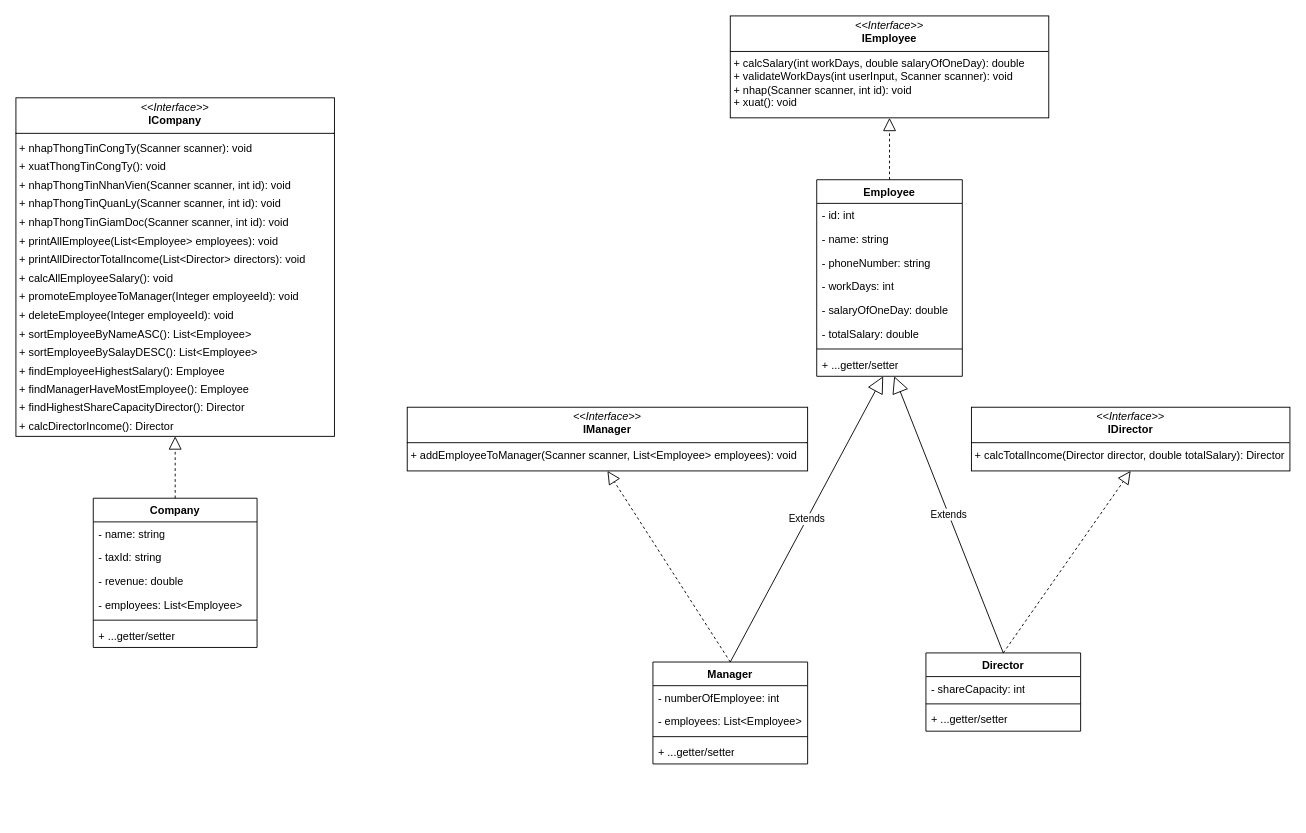
Earlier version of the draw.io diagram src/main/java/org/cybersoft/buoi12/UML_Class_Diagram.drawio (buiminhquang188/bcjava06_homework). Source tidied: cells renumbered, new cells numbered last; positions are measured from the earlier drawing's top-left corner, leaving out a move shared by most shapes. Both pictures are drawn from the tidied source at 91%, with x=0, y=0 at pixel (15, 15).
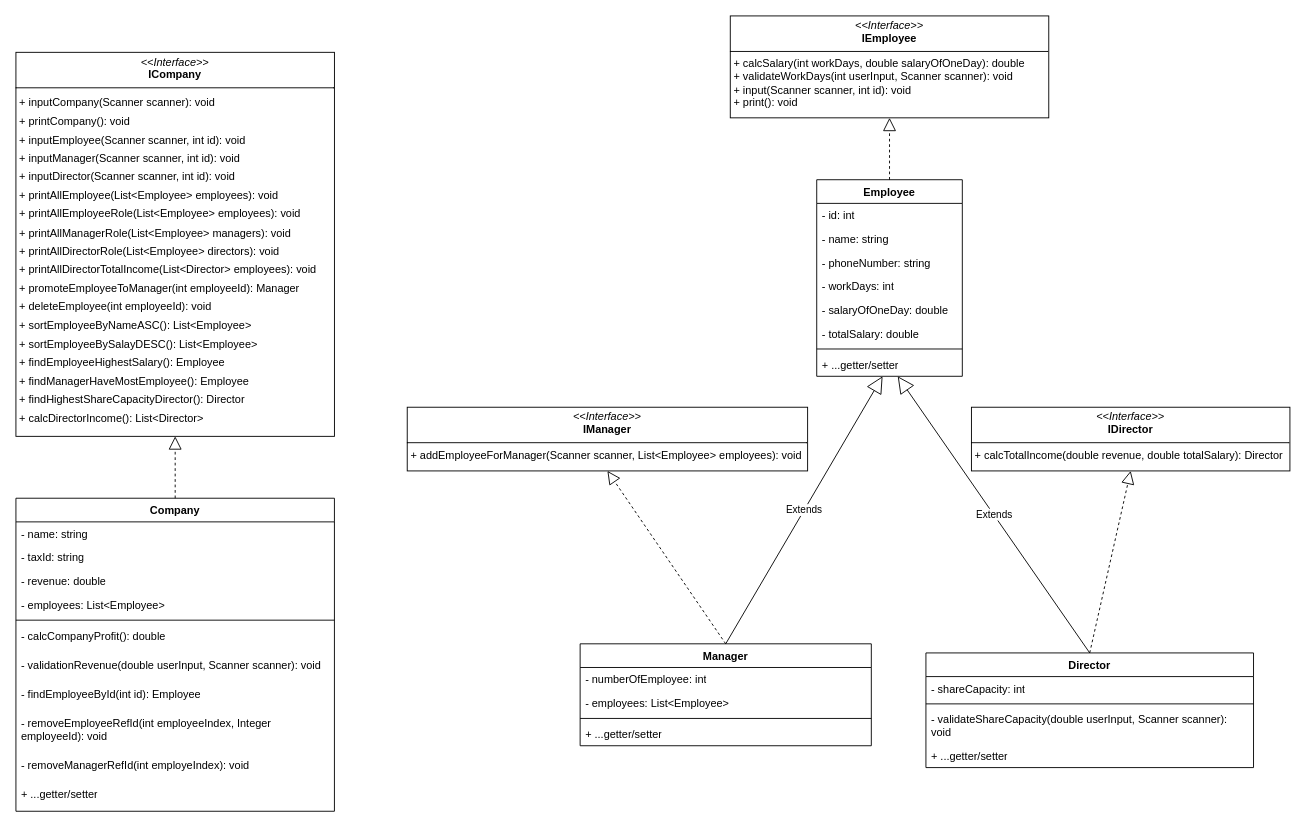
The same diagram, later.

The edit, as a diff of the source:
```diff
@@
     <mxCell id="2" style="group;" parent="1" vertex="1">
-      <mxGeometry y="90" width="350" height="604" as="geometry" />
+      <mxGeometry y="90" width="350" height="760" as="geometry" />
     </mxCell>
     <mxCell id="3" value="Company" style="swimlane;fontStyle=1;align=center;verticalAlign=top;horizontal=1;startSize=26;whiteSpace=wrap;html=1;" parent="2" vertex="1">
-      <mxGeometry x="85" y="440" width="180" height="164" as="geometry" />
+      <mxGeometry y="440" width="350" height="344" as="geometry" />
     </mxCell>
     <mxCell id="4" value="- name: string" style="text;strokeColor=none;fillColor=none;align=left;verticalAlign=top;spacingLeft=4;spacingRight=4;overflow=hidden;whiteSpace=wrap;html=1;" parent="3" vertex="1">
-      <mxGeometry y="26" width="180" height="26" as="geometry" />
+      <mxGeometry y="26" width="350" height="26" as="geometry" />
     </mxCell>
     <mxCell id="5" value="- taxId: string" style="text;strokeColor=none;fillColor=none;align=left;verticalAlign=top;spacingLeft=4;spacingRight=4;overflow=hidden;whiteSpace=wrap;html=1;" parent="3" vertex="1">
-      <mxGeometry y="52" width="180" height="26" as="geometry" />
+      <mxGeometry y="52" width="350" height="26" as="geometry" />
     </mxCell>
     <mxCell id="6" value="- revenue: double" style="text;strokeColor=none;fillColor=none;align=left;verticalAlign=top;spacingLeft=4;spacingRight=4;overflow=hidden;whiteSpace=wrap;html=1;" parent="3" vertex="1">
-      <mxGeometry y="78" width="180" height="26" as="geometry" />
+      <mxGeometry y="78" width="350" height="26" as="geometry" />
     </mxCell>
     <mxCell id="7" value="- employees: List&amp;lt;Employee&amp;gt;" style="text;strokeColor=none;fillColor=none;align=left;verticalAlign=top;spacingLeft=4;spacingRight=4;overflow=hidden;whiteSpace=wrap;html=1;" parent="3" vertex="1">
-      <mxGeometry y="104" width="180" height="26" as="geometry" />
+      <mxGeometry y="104" width="350" height="26" as="geometry" />
     </mxCell>
     <mxCell id="8" style="line;strokeWidth=1;fillColor=none;align=left;verticalAlign=middle;spacingTop=-1;spacingLeft=3;spacingRight=3;labelPosition=right;strokeColor=inherit;" parent="3" vertex="1">
-      <mxGeometry y="130" width="180" height="8" as="geometry" />
+      <mxGeometry y="130" width="350" height="8" as="geometry" />
     </mxCell>
+    <mxCell id="39" value="- calcCompanyProfit(): double" style="text;strokeColor=none;fillColor=none;align=left;verticalAlign=top;spacingLeft=4;spacingRight=4;overflow=hidden;whiteSpace=wrap;html=1;" parent="3" vertex="1">
+      <mxGeometry y="138" width="350" height="32" as="geometry" />
+    </mxCell>
+    <mxCell id="40" value="&lt;div&gt;- validationRevenue(double userInput, Scanner scanner): void&lt;/div&gt;&lt;div&gt;&lt;br&gt;&lt;/div&gt;" style="text;strokeColor=none;fillColor=none;align=left;verticalAlign=top;spacingLeft=4;spacingRight=4;overflow=hidden;whiteSpace=wrap;html=1;" parent="3" vertex="1">
+      <mxGeometry y="170" width="350" height="32" as="geometry" />
+    </mxCell>
+    <mxCell id="41" value="- findEmployeeById(int id): Employee" style="text;strokeColor=none;fillColor=none;align=left;verticalAlign=top;spacingLeft=4;spacingRight=4;overflow=hidden;whiteSpace=wrap;html=1;" parent="3" vertex="1">
+      <mxGeometry y="202" width="350" height="32" as="geometry" />
+    </mxCell>
+    <mxCell id="42" value="&lt;div&gt;- removeEmployeeRefId(int employeeIndex, Integer employeeId): void&lt;/div&gt;" style="text;strokeColor=none;fillColor=none;align=left;verticalAlign=top;spacingLeft=4;spacingRight=4;overflow=hidden;whiteSpace=wrap;html=1;" parent="3" vertex="1">
+      <mxGeometry y="234" width="350" height="46" as="geometry" />
+    </mxCell>
+    <mxCell id="43" value="- removeManagerRefId(int employeIndex): void" style="text;strokeColor=none;fillColor=none;align=left;verticalAlign=top;spacingLeft=4;spacingRight=4;overflow=hidden;whiteSpace=wrap;html=1;" parent="3" vertex="1">
+      <mxGeometry y="280" width="350" height="32" as="geometry" />
+    </mxCell>
-    <mxCell id="9" value="+ ...getter/setter" style="text;strokeColor=none;fillColor=none;align=left;verticalAlign=top;spacingLeft=4;spacingRight=4;overflow=hidden;whiteSpace=wrap;html=1;" parent="3" vertex="1">
-      <mxGeometry y="138" width="180" height="26" as="geometry" />
+    <mxCell id="9" value="&lt;div&gt;+ ...getter/setter&lt;/div&gt;" style="text;strokeColor=none;fillColor=none;align=left;verticalAlign=top;spacingLeft=4;spacingRight=4;overflow=hidden;whiteSpace=wrap;html=1;" parent="3" vertex="1">
+      <mxGeometry y="312" width="350" height="32" as="geometry" />
     </mxCell>
-    <mxCell id="10" value="&lt;p style=&quot;margin:0px;margin-top:4px;text-align:center;&quot;&gt;&lt;i&gt;&amp;lt;&amp;lt;Interface&amp;gt;&amp;gt;&lt;/i&gt;&lt;br&gt;&lt;b&gt;ICompany&lt;/b&gt;&lt;/p&gt;&lt;hr size=&quot;1&quot; style=&quot;border-style:solid;&quot;&gt;&lt;p style=&quot;margin: 0px 0px 0px 4px; line-height: 170%;&quot;&gt;+ nhapThongTinCongTy(Scanner scanner): void&lt;/p&gt;&lt;p style=&quot;margin: 0px 0px 0px 4px; line-height: 170%;&quot;&gt;+ xuatThongTinCongTy(): void&lt;/p&gt;&lt;p style=&quot;margin: 0px 0px 0px 4px; line-height: 170%;&quot;&gt;+ nhapThongTinNhanVien(Scanner scanner, int id): void&lt;/p&gt;&lt;p style=&quot;margin: 0px 0px 0px 4px; line-height: 170%;&quot;&gt;+ nhapThongTinQuanLy(Scanner scanner, int id): void&lt;/p&gt;&lt;p style=&quot;margin: 0px 0px 0px 4px; line-height: 170%;&quot;&gt;+ nhapThongTinGiamDoc(Scanner scanner, int id): void&lt;br&gt;&lt;/p&gt;&lt;p style=&quot;margin: 0px 0px 0px 4px; line-height: 170%;&quot;&gt;+ printAllEmployee(List&amp;lt;Employee&amp;gt; employees): void&lt;/p&gt;&lt;p style=&quot;margin: 0px 0px 0px 4px; line-height: 170%;&quot;&gt;+ printAllDirectorTotalIncome(List&amp;lt;Director&amp;gt; directors): void&lt;/p&gt;&lt;p style=&quot;margin: 0px 0px 0px 4px; line-height: 170%;&quot;&gt;+ calcAllEmployeeSalary(): void&lt;/p&gt;&lt;p style=&quot;margin: 0px 0px 0px 4px; line-height: 170%;&quot;&gt;+ promoteEmployeeToManager(Integer employeeId): void&lt;/p&gt;&lt;p style=&quot;margin: 0px 0px 0px 4px; line-height: 170%;&quot;&gt;+ deleteEmployee(Integer employeeId): void&lt;/p&gt;&lt;p style=&quot;margin: 0px 0px 0px 4px; line-height: 170%;&quot;&gt;+ sortEmployeeByNameASC(): List&amp;lt;Employee&amp;gt;&lt;/p&gt;&lt;p style=&quot;margin: 0px 0px 0px 4px; line-height: 170%;&quot;&gt;+ sortEmployeeBySalayDESC(): List&amp;lt;Employee&amp;gt;&lt;/p&gt;&lt;p style=&quot;margin: 0px 0px 0px 4px; line-height: 170%;&quot;&gt;+ findEmployeeHighestSalary(): Employee&lt;/p&gt;&lt;p style=&quot;margin: 0px 0px 0px 4px; line-height: 170%;&quot;&gt;+ findManagerHaveMostEmployee(): Employee&lt;/p&gt;&lt;p style=&quot;margin: 0px 0px 0px 4px; line-height: 170%;&quot;&gt;+ findHighestShareCapacityDirector(): Director&lt;/p&gt;&lt;p style=&quot;margin: 0px 0px 0px 4px; line-height: 170%;&quot;&gt;+ calcDirectorIncome(): Director&lt;/p&gt;" style="verticalAlign=top;align=left;overflow=fill;html=1;whiteSpace=wrap;" parent="2" vertex="1">
-      <mxGeometry width="350" height="372" as="geometry" />
+    <mxCell id="10" value="&lt;p style=&quot;margin:0px;margin-top:4px;text-align:center;&quot;&gt;&lt;i&gt;&amp;lt;&amp;lt;Interface&amp;gt;&amp;gt;&lt;/i&gt;&lt;br&gt;&lt;b&gt;ICompany&lt;/b&gt;&lt;/p&gt;&lt;hr size=&quot;1&quot; style=&quot;border-style:solid;&quot;&gt;&lt;p style=&quot;margin: 0px 0px 0px 4px; line-height: 170%;&quot;&gt;+ inputCompany(Scanner scanner): void&lt;/p&gt;&lt;p style=&quot;margin: 0px 0px 0px 4px; line-height: 170%;&quot;&gt;+ printCompany(): void&lt;/p&gt;&lt;p style=&quot;margin: 0px 0px 0px 4px; line-height: 170%;&quot;&gt;+ inputEmployee(Scanner scanner, int id): void&lt;/p&gt;&lt;p style=&quot;margin: 0px 0px 0px 4px; line-height: 170%;&quot;&gt;+ inputManager(Scanner scanner, int id): void&lt;/p&gt;&lt;p style=&quot;margin: 0px 0px 0px 4px; line-height: 170%;&quot;&gt;+ inputDirector(Scanner scanner, int id): void&lt;br&gt;&lt;/p&gt;&lt;p style=&quot;margin: 0px 0px 0px 4px; line-height: 170%;&quot;&gt;+ printAllEmployee(List&amp;lt;Employee&amp;gt; employees): void&lt;/p&gt;&lt;p style=&quot;margin: 0px 0px 0px 4px; line-height: 170%;&quot;&gt;+ printAllEmployeeRole(List&amp;lt;Employee&amp;gt; employees): void&lt;br&gt;&lt;/p&gt;&lt;p style=&quot;margin: 0px 0px 0px 4px; line-height: 170%;&quot;&gt;+ printAllManagerRole(List&amp;lt;Employee&amp;gt; managers): void&lt;br&gt;+ printAllDirectorRole(List&amp;lt;Employee&amp;gt; directors): void&lt;br&gt;&lt;/p&gt;&lt;p style=&quot;margin: 0px 0px 0px 4px; line-height: 170%;&quot;&gt;+ printAllDirectorTotalIncome(List&amp;lt;Director&amp;gt; employees): void&lt;/p&gt;&lt;p style=&quot;margin: 0px 0px 0px 4px; line-height: 170%;&quot;&gt;+ promoteEmployeeToManager(int employeeId): Manager&lt;/p&gt;&lt;p style=&quot;margin: 0px 0px 0px 4px; line-height: 170%;&quot;&gt;+ deleteEmployee(int employeeId): void&lt;/p&gt;&lt;p style=&quot;margin: 0px 0px 0px 4px; line-height: 170%;&quot;&gt;&lt;span style=&quot;background-color: initial;&quot;&gt;+ sortEmployeeByNameASC(): List&amp;lt;Employee&amp;gt;&lt;/span&gt;&lt;br&gt;&lt;/p&gt;&lt;p style=&quot;margin: 0px 0px 0px 4px; line-height: 170%;&quot;&gt;+ sortEmployeeBySalayDESC(): List&amp;lt;Employee&amp;gt;&lt;/p&gt;&lt;p style=&quot;margin: 0px 0px 0px 4px; line-height: 170%;&quot;&gt;+ findEmployeeHighestSalary(): Employee&lt;/p&gt;&lt;p style=&quot;margin: 0px 0px 0px 4px; line-height: 170%;&quot;&gt;+ findManagerHaveMostEmployee(): Employee&lt;/p&gt;&lt;p style=&quot;margin: 0px 0px 0px 4px; line-height: 170%;&quot;&gt;+ findHighestShareCapacityDirector(): Director&lt;/p&gt;&lt;p style=&quot;margin: 0px 0px 0px 4px; line-height: 170%;&quot;&gt;+ calcDirectorIncome(): List&amp;lt;Director&amp;gt;&lt;/p&gt;" style="verticalAlign=top;align=left;overflow=fill;html=1;whiteSpace=wrap;" parent="2" vertex="1">
+      <mxGeometry y="-50" width="350" height="422" as="geometry" />
     </mxCell>
@@
     <mxCell id="12" style="group;" parent="1" vertex="1">
-      <mxGeometry x="430" width="970" height="822" as="geometry" />
+      <mxGeometry x="430" width="970" height="880" as="geometry" />
     </mxCell>
@@
-    <mxCell id="22" value="&lt;p style=&quot;margin:0px;margin-top:4px;text-align:center;&quot;&gt;&lt;i&gt;&amp;lt;&amp;lt;Interface&amp;gt;&amp;gt;&lt;/i&gt;&lt;br&gt;&lt;b&gt;IEmployee&lt;/b&gt;&lt;/p&gt;&lt;hr size=&quot;1&quot; style=&quot;border-style:solid;&quot;&gt;&lt;p style=&quot;margin:0px;margin-left:4px;&quot;&gt;+ calcSalary(int workDays, double salaryOfOneDay): double&lt;/p&gt;&lt;p style=&quot;margin:0px;margin-left:4px;&quot;&gt;+ validateWorkDays(int userInput, Scanner scanner): void&lt;br&gt;+ nhap(Scanner scanner, int id): void&lt;/p&gt;&lt;p style=&quot;margin:0px;margin-left:4px;&quot;&gt;+ xuat(): void&lt;/p&gt;" style="verticalAlign=top;align=left;overflow=fill;html=1;whiteSpace=wrap;" parent="12" vertex="1">
+    <mxCell id="22" value="&lt;p style=&quot;margin:0px;margin-top:4px;text-align:center;&quot;&gt;&lt;i&gt;&amp;lt;&amp;lt;Interface&amp;gt;&amp;gt;&lt;/i&gt;&lt;br&gt;&lt;b&gt;IEmployee&lt;/b&gt;&lt;/p&gt;&lt;hr size=&quot;1&quot; style=&quot;border-style:solid;&quot;&gt;&lt;p style=&quot;margin:0px;margin-left:4px;&quot;&gt;+ calcSalary(int workDays, double salaryOfOneDay): double&lt;/p&gt;&lt;p style=&quot;margin:0px;margin-left:4px;&quot;&gt;+ validateWorkDays(int userInput, Scanner scanner): void&lt;br&gt;+ input(Scanner scanner, int id): void&lt;/p&gt;&lt;p style=&quot;margin:0px;margin-left:4px;&quot;&gt;+ print(): void&lt;/p&gt;" style="verticalAlign=top;align=left;overflow=fill;html=1;whiteSpace=wrap;" parent="12" vertex="1">
       <mxGeometry x="355" width="350" height="112" as="geometry" />
     </mxCell>
@@
     <mxCell id="24" value="Manager" style="swimlane;fontStyle=1;align=center;verticalAlign=top;horizontal=1;startSize=26;whiteSpace=wrap;html=1;" parent="12" vertex="1">
-      <mxGeometry x="270" y="710" width="170" height="112" as="geometry" />
+      <mxGeometry x="190" y="690" width="320" height="112" as="geometry" />
     </mxCell>
     <mxCell id="25" value="- numberOfEmployee: int" style="text;strokeColor=none;fillColor=none;align=left;verticalAlign=top;spacingLeft=4;spacingRight=4;overflow=hidden;whiteSpace=wrap;html=1;" parent="24" vertex="1">
-      <mxGeometry y="26" width="170" height="26" as="geometry" />
+      <mxGeometry y="26" width="320" height="26" as="geometry" />
     </mxCell>
     <mxCell id="26" value="- employees: List&amp;lt;Employee&amp;gt;" style="text;strokeColor=none;fillColor=none;align=left;verticalAlign=top;spacingLeft=4;spacingRight=4;overflow=hidden;whiteSpace=wrap;html=1;" parent="24" vertex="1">
-      <mxGeometry y="52" width="170" height="26" as="geometry" />
+      <mxGeometry y="52" width="320" height="26" as="geometry" />
     </mxCell>
     <mxCell id="27" style="line;strokeWidth=1;fillColor=none;align=left;verticalAlign=middle;spacingTop=-1;spacingLeft=3;spacingRight=3;labelPosition=right;strokeColor=inherit;" parent="24" vertex="1">
-      <mxGeometry y="78" width="170" height="8" as="geometry" />
+      <mxGeometry y="78" width="320" height="8" as="geometry" />
     </mxCell>
     <mxCell id="28" value="+ ...getter/setter" style="text;strokeColor=none;fillColor=none;align=left;verticalAlign=top;spacingLeft=4;spacingRight=4;overflow=hidden;whiteSpace=wrap;html=1;" parent="24" vertex="1">
-      <mxGeometry y="86" width="170" height="26" as="geometry" />
+      <mxGeometry y="86" width="320" height="26" as="geometry" />
     </mxCell>
@@
     <mxCell id="30" value="Director" style="swimlane;fontStyle=1;align=center;verticalAlign=top;horizontal=1;startSize=26;whiteSpace=wrap;html=1;" parent="12" vertex="1">
-      <mxGeometry x="570" y="700" width="170" height="86" as="geometry" />
+      <mxGeometry x="570" y="700" width="360" height="126" as="geometry" />
     </mxCell>
     <mxCell id="31" value="- shareCapacity: int" style="text;strokeColor=none;fillColor=none;align=left;verticalAlign=top;spacingLeft=4;spacingRight=4;overflow=hidden;whiteSpace=wrap;html=1;" parent="30" vertex="1">
-      <mxGeometry y="26" width="170" height="26" as="geometry" />
+      <mxGeometry y="26" width="360" height="26" as="geometry" />
     </mxCell>
     <mxCell id="32" style="line;strokeWidth=1;fillColor=none;align=left;verticalAlign=middle;spacingTop=-1;spacingLeft=3;spacingRight=3;labelPosition=right;strokeColor=inherit;" parent="30" vertex="1">
-      <mxGeometry y="52" width="170" height="8" as="geometry" />
+      <mxGeometry y="52" width="360" height="8" as="geometry" />
     </mxCell>
+    <mxCell id="44" value="- validateShareCapacity(double userInput, Scanner scanner): void" style="text;strokeColor=none;fillColor=none;align=left;verticalAlign=top;spacingLeft=4;spacingRight=4;overflow=hidden;whiteSpace=wrap;html=1;" parent="30" vertex="1">
+      <mxGeometry y="60" width="360" height="40" as="geometry" />
+    </mxCell>
     <mxCell id="33" value="+ ...getter/setter" style="text;strokeColor=none;fillColor=none;align=left;verticalAlign=top;spacingLeft=4;spacingRight=4;overflow=hidden;whiteSpace=wrap;html=1;" parent="30" vertex="1">
-      <mxGeometry y="60" width="170" height="26" as="geometry" />
+      <mxGeometry y="100" width="360" height="26" as="geometry" />
     </mxCell>
@@
-    <mxCell id="35" value="&lt;p style=&quot;margin:0px;margin-top:4px;text-align:center;&quot;&gt;&lt;i&gt;&amp;lt;&amp;lt;Interface&amp;gt;&amp;gt;&lt;/i&gt;&lt;br&gt;&lt;b&gt;IManager&lt;/b&gt;&lt;/p&gt;&lt;hr size=&quot;1&quot; style=&quot;border-style:solid;&quot;&gt;&lt;p style=&quot;margin:0px;margin-left:4px;&quot;&gt;+ addEmployeeToManager(Scanner scanner, List&amp;lt;Employee&amp;gt; employees): void&lt;br&gt;&lt;/p&gt;" style="verticalAlign=top;align=left;overflow=fill;html=1;whiteSpace=wrap;" parent="12" vertex="1">
+    <mxCell id="35" value="&lt;p style=&quot;margin:0px;margin-top:4px;text-align:center;&quot;&gt;&lt;i&gt;&amp;lt;&amp;lt;Interface&amp;gt;&amp;gt;&lt;/i&gt;&lt;br&gt;&lt;b&gt;IManager&lt;/b&gt;&lt;/p&gt;&lt;hr size=&quot;1&quot; style=&quot;border-style:solid;&quot;&gt;&lt;p style=&quot;margin:0px;margin-left:4px;&quot;&gt;+ addEmployeeForManager(Scanner scanner, List&amp;lt;Employee&amp;gt; employees): void&lt;br&gt;&lt;/p&gt;" style="verticalAlign=top;align=left;overflow=fill;html=1;whiteSpace=wrap;" parent="12" vertex="1">
       <mxGeometry y="430" width="440" height="70" as="geometry" />
     </mxCell>
@@
-    <mxCell id="37" value="&lt;p style=&quot;margin:0px;margin-top:4px;text-align:center;&quot;&gt;&lt;i&gt;&amp;lt;&amp;lt;Interface&amp;gt;&amp;gt;&lt;/i&gt;&lt;br&gt;&lt;b&gt;IDirector&lt;/b&gt;&lt;/p&gt;&lt;hr size=&quot;1&quot; style=&quot;border-style:solid;&quot;&gt;&lt;p style=&quot;margin:0px;margin-left:4px;&quot;&gt;+ calcTotalIncome(Director director, double totalSalary): Director&lt;br&gt;&lt;/p&gt;" style="verticalAlign=top;align=left;overflow=fill;html=1;whiteSpace=wrap;" parent="12" vertex="1">
+    <mxCell id="37" value="&lt;p style=&quot;margin:0px;margin-top:4px;text-align:center;&quot;&gt;&lt;i&gt;&amp;lt;&amp;lt;Interface&amp;gt;&amp;gt;&lt;/i&gt;&lt;br&gt;&lt;b&gt;IDirector&lt;/b&gt;&lt;/p&gt;&lt;hr size=&quot;1&quot; style=&quot;border-style:solid;&quot;&gt;&lt;p style=&quot;margin:0px;margin-left:4px;&quot;&gt;+ calcTotalIncome(double revenue, double totalSalary): Director&lt;br&gt;&lt;/p&gt;" style="verticalAlign=top;align=left;overflow=fill;html=1;whiteSpace=wrap;" parent="12" vertex="1">
       <mxGeometry x="620" y="430" width="350" height="70" as="geometry" />
     </mxCell>
```
